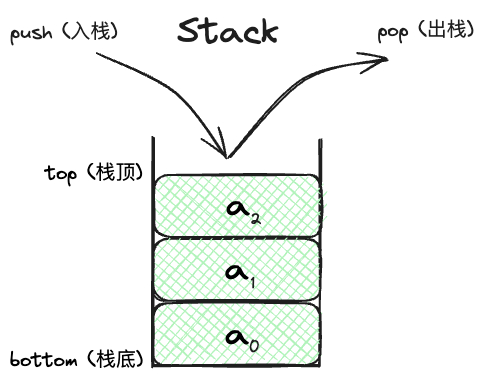
Before: leetcode_with_adam/docs/data_structure/stack/assets/1_stack.excalidraw.png, a diagram exported from Excalidraw (a4lamber/Leetcode). Source tidied: one line per element, renumbered; positions are measured from the earlier drawing's top-left corner, leaving out a move shared by most shapes. Its diagram source:
```json
{"id": 0, "type": "line", "strokeColor": "#1e1e1e", "strokeWidth": 2, "roughness": 1, "round": true, "x": 144, "y": 127, "width": 0, "height": 229, "points": [[0, 0], [0, 229]]}
{"id": 1, "type": "line", "strokeColor": "#1e1e1e", "strokeWidth": 2, "roughness": 1, "round": true, "x": 142, "y": 357, "width": 167, "height": 1, "points": [[0, 0], [167, -1]]}
{"id": 2, "type": "line", "strokeColor": "#1e1e1e", "strokeWidth": 2, "roughness": 1, "round": true, "x": 310, "y": 129, "width": 0, "height": 229, "points": [[0, 0], [0, 229]]}
{"id": 3, "type": "rectangle", "strokeColor": "#1e1e1e", "backgroundColor": "#b2f2bb", "fillStyle": "cross-hatch", "strokeWidth": 2, "roughness": 1, "round": true, "x": 143, "y": 293, "width": 167, "height": 62}
{"id": 4, "type": "text", "text": "a", "strokeColor": "#000000", "backgroundColor": "#b2f2bb", "fillStyle": "solid", "strokeWidth": 2, "roughness": 1, "fontSize": 36, "fontFamily": 1, "textAlign": "center", "verticalAlign": "middle", "inside": 3, "x": 215, "y": 302, "width": 24, "height": 45}
{"id": 5, "type": "rectangle", "strokeColor": "#1e1e1e", "backgroundColor": "#b2f2bb", "fillStyle": "cross-hatch", "strokeWidth": 2, "roughness": 1, "round": true, "x": 143, "y": 229, "width": 167, "height": 62}
{"id": 6, "type": "text", "text": "a", "strokeColor": "#000000", "backgroundColor": "#b2f2bb", "fillStyle": "solid", "strokeWidth": 2, "roughness": 1, "fontSize": 36, "fontFamily": 1, "textAlign": "center", "verticalAlign": "middle", "inside": 5, "x": 215, "y": 237, "width": 24, "height": 45}
{"id": 7, "type": "rectangle", "strokeColor": "#1e1e1e", "backgroundColor": "#b2f2bb", "fillStyle": "cross-hatch", "strokeWidth": 2, "roughness": 1, "round": true, "x": 144, "y": 165, "width": 167, "height": 62}
{"id": 8, "type": "text", "text": "a", "strokeColor": "#000000", "backgroundColor": "#b2f2bb", "fillStyle": "solid", "strokeWidth": 2, "roughness": 1, "fontSize": 36, "fontFamily": 1, "textAlign": "center", "verticalAlign": "middle", "inside": 7, "x": 216, "y": 173, "width": 24, "height": 45}
{"id": 9, "type": "text", "text": "top (栈顶)", "strokeColor": "#000000", "backgroundColor": "#b2f2bb", "fillStyle": "cross-hatch", "strokeWidth": 2, "roughness": 1, "fontSize": 20, "fontFamily": 1, "x": 35, "y": 151, "width": 97, "height": 25}
{"id": 10, "type": "text", "text": "bottom (栈底)", "strokeColor": "#000000", "backgroundColor": "#b2f2bb", "fillStyle": "cross-hatch", "strokeWidth": 2, "roughness": 1, "fontSize": 20, "fontFamily": 1, "x": 0, "y": 338, "width": 133, "height": 25}
{"id": 11, "type": "text", "text": "1", "strokeColor": "#1e1e1e", "strokeWidth": 2, "roughness": 1, "fontSize": 16, "fontFamily": 1, "x": 241, "y": 264, "width": 4, "height": 20}
{"id": 12, "type": "text", "text": "0", "strokeColor": "#1e1e1e", "strokeWidth": 2, "roughness": 1, "fontSize": 16, "fontFamily": 1, "x": 239, "y": 328, "width": 11, "height": 20}
{"id": 13, "type": "text", "text": "2", "strokeColor": "#1e1e1e", "strokeWidth": 2, "roughness": 1, "fontSize": 16, "fontFamily": 1, "x": 240, "y": 200, "width": 11, "height": 20}
{"id": 14, "type": "text", "text": "Stack", "strokeColor": "#1e1e1e", "strokeWidth": 2, "roughness": 1, "fontSize": 36, "fontFamily": 1, "x": 167, "y": 0, "width": 102, "height": 45}
{"id": 15, "type": "arrow", "strokeColor": "#1e1e1e", "strokeWidth": 2, "roughness": 1, "endArrowhead": "arrow", "round": true, "from": 16, "x": 87, "y": 43, "width": 129, "height": 105, "points": [[0, 0], [78, 40], [129, 105]]}
{"id": 16, "type": "text", "text": "push (入栈)", "strokeColor": "#1e1e1e", "strokeWidth": 2, "roughness": 1, "fontSize": 20, "fontFamily": 1, "x": 0, "y": 10, "width": 107, "height": 25}
{"id": 17, "type": "arrow", "strokeColor": "#1e1e1e", "strokeWidth": 2, "roughness": 1, "endArrowhead": "arrow", "round": true, "to": 18, "x": 219, "y": 147, "width": 160, "height": 98, "points": [[0, 0], [74, -77], [160, -98]]}
{"id": 18, "type": "text", "text": "pop (出栈)", "strokeColor": "#1e1e1e", "strokeWidth": 2, "roughness": 1, "fontSize": 20, "fontFamily": 1, "x": 368, "y": 8, "width": 96, "height": 25}
```
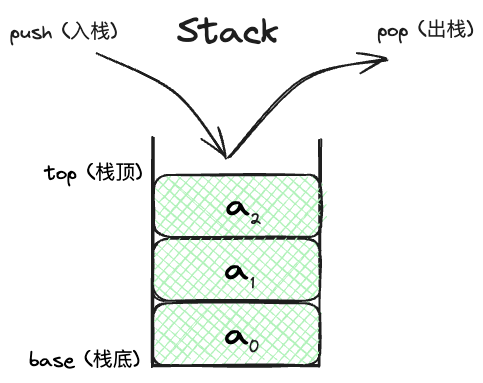
After the commit.

Change to the diagram source:
```diff
@@ -8,7 +8,7 @@
 {"id": 7, "type": "rectangle", "strokeColor": "#1e1e1e", "backgroundColor": "#b2f2bb", "fillStyle": "cross-hatch", "strokeWidth": 2, "roughness": 1, "round": true, "x": 144, "y": 165, "width": 167, "height": 62}
 {"id": 8, "type": "text", "text": "a", "strokeColor": "#000000", "backgroundColor": "#b2f2bb", "fillStyle": "solid", "strokeWidth": 2, "roughness": 1, "fontSize": 36, "fontFamily": 1, "textAlign": "center", "verticalAlign": "middle", "inside": 7, "x": 216, "y": 173, "width": 24, "height": 45}
 {"id": 9, "type": "text", "text": "top (栈顶)", "strokeColor": "#000000", "backgroundColor": "#b2f2bb", "fillStyle": "cross-hatch", "strokeWidth": 2, "roughness": 1, "fontSize": 20, "fontFamily": 1, "x": 35, "y": 151, "width": 97, "height": 25}
-{"id": 10, "type": "text", "text": "bottom (栈底)", "strokeColor": "#000000", "backgroundColor": "#b2f2bb", "fillStyle": "cross-hatch", "strokeWidth": 2, "roughness": 1, "fontSize": 20, "fontFamily": 1, "x": 0, "y": 338, "width": 133, "height": 25}
+{"id": 10, "type": "text", "text": "base (栈底)", "strokeColor": "#000000", "backgroundColor": "#b2f2bb", "fillStyle": "cross-hatch", "strokeWidth": 2, "roughness": 1, "fontSize": 20, "fontFamily": 1, "x": 19, "y": 338, "width": 110, "height": 25}
 {"id": 11, "type": "text", "text": "1", "strokeColor": "#1e1e1e", "strokeWidth": 2, "roughness": 1, "fontSize": 16, "fontFamily": 1, "x": 241, "y": 264, "width": 4, "height": 20}
 {"id": 12, "type": "text", "text": "0", "strokeColor": "#1e1e1e", "strokeWidth": 2, "roughness": 1, "fontSize": 16, "fontFamily": 1, "x": 239, "y": 328, "width": 11, "height": 20}
 {"id": 13, "type": "text", "text": "2", "strokeColor": "#1e1e1e", "strokeWidth": 2, "roughness": 1, "fontSize": 16, "fontFamily": 1, "x": 240, "y": 200, "width": 11, "height": 20}
```
